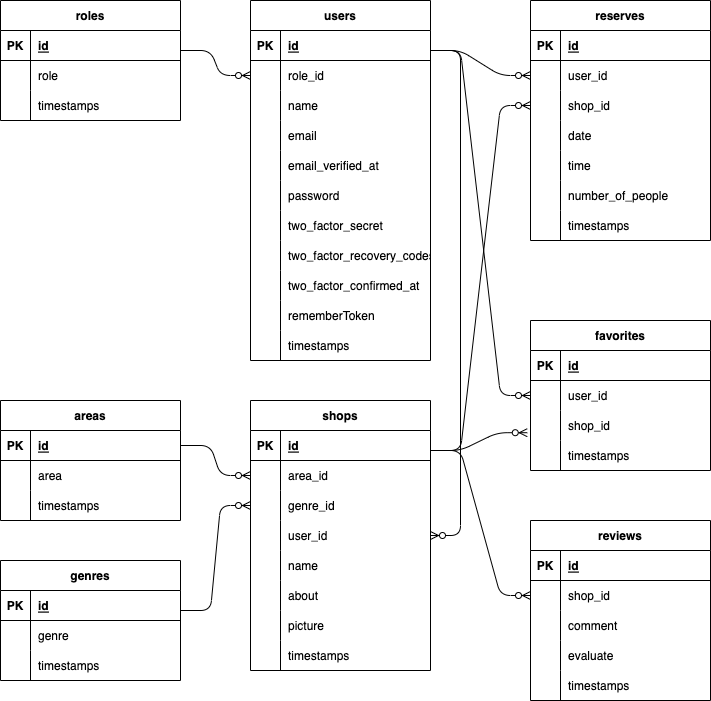
Above: Req/ER2.drawio.png in EpilonPhoenix/Rese (draw.io), before the change. Source tidied: cells renumbered, new cells last; positions are measured from the earlier drawing's top-left corner, leaving out a move shared by most shapes.
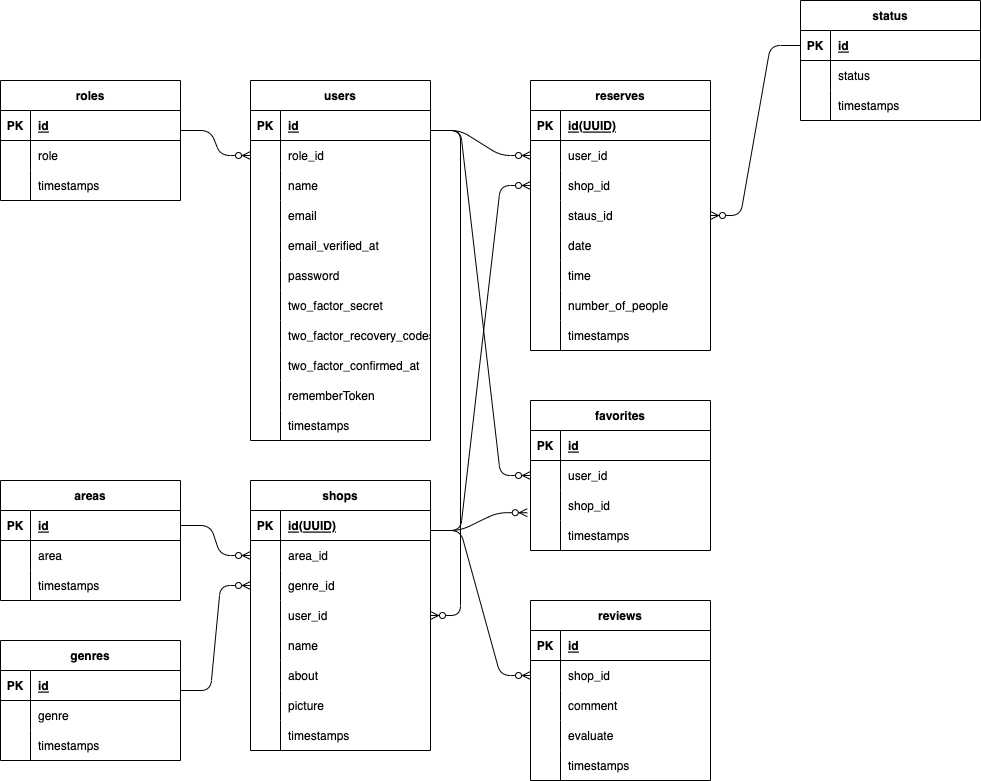
After the change.

Diff of the diagram source:
```diff
@@ -113,7 +113,7 @@
     <mxCell id="38" value="PK" style="shape=partialRectangle;fillColor=none;top=0;left=0;bottom=0;right=0;fontStyle=1;overflow=hidden;" parent="37" vertex="1">
       <mxGeometry width="30" height="30" as="geometry" />
     </mxCell>
-    <mxCell id="39" value="id" style="shape=partialRectangle;fillColor=none;top=0;left=0;bottom=0;right=0;align=left;spacingLeft=6;fontStyle=5;overflow=hidden;" parent="37" vertex="1">
+    <mxCell id="39" value="id(UUID)" style="shape=partialRectangle;fillColor=none;top=0;left=0;bottom=0;right=0;align=left;spacingLeft=6;fontStyle=5;overflow=hidden;" parent="37" vertex="1">
       <mxGeometry x="30" width="150" height="30" as="geometry" />
     </mxCell>
     <mxCell id="40" style="shape=tableRow;horizontal=0;startSize=0;swimlaneHead=0;swimlaneBody=0;fillColor=none;points=[[0,0.5],[1,0.5]];portConstraint=eastwest;top=0;left=0;right=0;bottom=0;" parent="36" vertex="1">
@@ -180,7 +180,7 @@
       <mxGeometry x="30" width="150" height="30" as="geometry" />
     </mxCell>
     <mxCell id="61" value="reserves" style="shape=table;startSize=30;rowLines=0;fontStyle=1;align=center;" parent="1" vertex="1">
-      <mxGeometry x="530" width="180" height="240" as="geometry" />
+      <mxGeometry x="530" width="180" height="270" as="geometry" />
     </mxCell>
     <mxCell id="62" style="shape=tableRow;horizontal=0;startSize=0;swimlaneHead=0;swimlaneBody=0;fillColor=none;top=0;left=0;right=0;bottom=1;" parent="61" vertex="1">
       <mxGeometry y="30" width="180" height="30" as="geometry" />
@@ -188,7 +188,7 @@
     <mxCell id="63" value="PK" style="shape=partialRectangle;fillColor=none;top=0;left=0;bottom=0;right=0;fontStyle=1;overflow=hidden;" parent="62" vertex="1">
       <mxGeometry width="30" height="30" as="geometry" />
     </mxCell>
-    <mxCell id="64" value="id" style="shape=partialRectangle;fillColor=none;top=0;left=0;bottom=0;right=0;align=left;spacingLeft=6;fontStyle=5;overflow=hidden;" parent="62" vertex="1">
+    <mxCell id="64" value="id(UUID)" style="shape=partialRectangle;fillColor=none;top=0;left=0;bottom=0;right=0;align=left;spacingLeft=6;fontStyle=5;overflow=hidden;" parent="62" vertex="1">
       <mxGeometry x="30" width="150" height="30" as="geometry" />
     </mxCell>
     <mxCell id="65" style="shape=tableRow;horizontal=0;startSize=0;swimlaneHead=0;swimlaneBody=0;fillColor=none;points=[[0,0.5],[1,0.5]];portConstraint=eastwest;top=0;left=0;right=0;bottom=0;" parent="61" vertex="1">
@@ -209,8 +209,17 @@
     <mxCell id="70" value="shop_id" style="shape=partialRectangle;fillColor=none;top=0;left=0;bottom=0;right=0;align=left;spacingLeft=6;overflow=hidden;" parent="68" vertex="1">
       <mxGeometry x="30" width="150" height="30" as="geometry" />
     </mxCell>
+    <mxCell id="151" style="shape=tableRow;horizontal=0;startSize=0;swimlaneHead=0;swimlaneBody=0;fillColor=none;points=[[0,0.5],[1,0.5]];portConstraint=eastwest;top=0;left=0;right=0;bottom=0;" parent="61" vertex="1">
+      <mxGeometry y="120" width="180" height="30" as="geometry" />
+    </mxCell>
+    <mxCell id="152" style="shape=partialRectangle;fillColor=none;top=0;left=0;bottom=0;right=0;overflow=hidden;" parent="151" vertex="1">
+      <mxGeometry width="30" height="30" as="geometry" />
+    </mxCell>
+    <mxCell id="153" value="staus_id" style="shape=partialRectangle;fillColor=none;top=0;left=0;bottom=0;right=0;align=left;spacingLeft=6;overflow=hidden;" parent="151" vertex="1">
+      <mxGeometry x="30" width="150" height="30" as="geometry" />
+    </mxCell>
     <mxCell id="71" style="shape=tableRow;horizontal=0;startSize=0;swimlaneHead=0;swimlaneBody=0;fillColor=none;top=0;left=0;right=0;bottom=0;" parent="61" vertex="1">
-      <mxGeometry y="120" width="180" height="30" as="geometry" />
+      <mxGeometry y="150" width="180" height="30" as="geometry" />
     </mxCell>
     <mxCell id="72" style="shape=partialRectangle;fillColor=none;top=0;left=0;bottom=0;right=0;overflow=hidden;" parent="71" vertex="1">
       <mxGeometry width="30" height="30" as="geometry" />
@@ -219,7 +228,7 @@
       <mxGeometry x="30" width="150" height="30" as="geometry" />
     </mxCell>
     <mxCell id="74" style="shape=tableRow;horizontal=0;startSize=0;swimlaneHead=0;swimlaneBody=0;fillColor=none;top=0;left=0;right=0;bottom=0;" parent="61" vertex="1">
-      <mxGeometry y="150" width="180" height="30" as="geometry" />
+      <mxGeometry y="180" width="180" height="30" as="geometry" />
     </mxCell>
     <mxCell id="75" style="shape=partialRectangle;fillColor=none;top=0;left=0;bottom=0;right=0;overflow=hidden;" parent="74" vertex="1">
       <mxGeometry width="30" height="30" as="geometry" />
@@ -228,7 +237,7 @@
       <mxGeometry x="30" width="150" height="30" as="geometry" />
     </mxCell>
     <mxCell id="77" style="shape=tableRow;horizontal=0;startSize=0;swimlaneHead=0;swimlaneBody=0;fillColor=none;top=0;left=0;right=0;bottom=0;" parent="61" vertex="1">
-      <mxGeometry y="180" width="180" height="30" as="geometry" />
+      <mxGeometry y="210" width="180" height="30" as="geometry" />
     </mxCell>
     <mxCell id="78" style="shape=partialRectangle;fillColor=none;top=0;left=0;bottom=0;right=0;overflow=hidden;" parent="77" vertex="1">
       <mxGeometry width="30" height="30" as="geometry" />
@@ -237,7 +246,7 @@
       <mxGeometry x="30" width="150" height="30" as="geometry" />
     </mxCell>
     <mxCell id="80" style="shape=tableRow;horizontal=0;startSize=0;swimlaneHead=0;swimlaneBody=0;fillColor=none;top=0;left=0;right=0;bottom=0;" parent="61" vertex="1">
-      <mxGeometry y="210" width="180" height="30" as="geometry" />
+      <mxGeometry y="240" width="180" height="30" as="geometry" />
     </mxCell>
     <mxCell id="81" style="shape=partialRectangle;fillColor=none;top=0;left=0;bottom=0;right=0;overflow=hidden;" parent="80" vertex="1">
       <mxGeometry width="30" height="30" as="geometry" />
@@ -467,5 +476,38 @@
         <mxPoint x="430" y="50" as="sourcePoint" />
       </mxGeometry>
     </mxCell>
+    <mxCell id="154" value="status" style="shape=table;startSize=30;rowLines=0;fontStyle=1;align=center;" parent="1" vertex="1">
+      <mxGeometry x="800" y="-80" width="180" height="120" as="geometry" />
+    </mxCell>
+    <mxCell id="155" style="shape=tableRow;horizontal=0;startSize=0;swimlaneHead=0;swimlaneBody=0;fillColor=none;points=[[0,0.5],[1,0.5]];portConstraint=eastwest;top=0;left=0;right=0;bottom=1;" parent="154" vertex="1">
+      <mxGeometry y="30" width="180" height="30" as="geometry" />
+    </mxCell>
+    <mxCell id="156" value="PK" style="shape=partialRectangle;fillColor=none;top=0;left=0;bottom=0;right=0;fontStyle=1;overflow=hidden;" parent="155" vertex="1">
+      <mxGeometry width="30" height="30" as="geometry" />
+    </mxCell>
+    <mxCell id="157" value="id" style="shape=partialRectangle;fillColor=none;top=0;left=0;bottom=0;right=0;align=left;spacingLeft=6;fontStyle=5;overflow=hidden;" parent="155" vertex="1">
+      <mxGeometry x="30" width="150" height="30" as="geometry" />
+    </mxCell>
+    <mxCell id="158" style="shape=tableRow;horizontal=0;startSize=0;swimlaneHead=0;swimlaneBody=0;fillColor=none;top=0;left=0;right=0;bottom=0;" parent="154" vertex="1">
+      <mxGeometry y="60" width="180" height="30" as="geometry" />
+    </mxCell>
+    <mxCell id="159" style="shape=partialRectangle;fillColor=none;top=0;left=0;bottom=0;right=0;overflow=hidden;" parent="158" vertex="1">
+      <mxGeometry width="30" height="30" as="geometry" />
+    </mxCell>
+    <mxCell id="160" value="status" style="shape=partialRectangle;fillColor=none;top=0;left=0;bottom=0;right=0;align=left;spacingLeft=6;overflow=hidden;" parent="158" vertex="1">
+      <mxGeometry x="30" width="150" height="30" as="geometry" />
+    </mxCell>
+    <mxCell id="161" style="shape=tableRow;horizontal=0;startSize=0;swimlaneHead=0;swimlaneBody=0;fillColor=none;top=0;left=0;right=0;bottom=0;" parent="154" vertex="1">
+      <mxGeometry y="90" width="180" height="30" as="geometry" />
+    </mxCell>
+    <mxCell id="162" style="shape=partialRectangle;fillColor=none;top=0;left=0;bottom=0;right=0;overflow=hidden;" parent="161" vertex="1">
+      <mxGeometry width="30" height="30" as="geometry" />
+    </mxCell>
+    <mxCell id="163" value="timestamps" style="shape=partialRectangle;fillColor=none;top=0;left=0;bottom=0;right=0;align=left;spacingLeft=6;overflow=hidden;" parent="161" vertex="1">
+      <mxGeometry x="30" width="150" height="30" as="geometry" />
+    </mxCell>
+    <mxCell id="164" style="edgeStyle=entityRelationEdgeStyle;fontSize=12;html=1;endArrow=ERzeroToMany;endFill=1;exitX=0;exitY=0.5;exitDx=0;exitDy=0;" parent="1" edge="1" source="155" target="151">
+      <mxGeometry relative="1" as="geometry" />
+    </mxCell>
   </root>
 </mxGraphModel>
```
